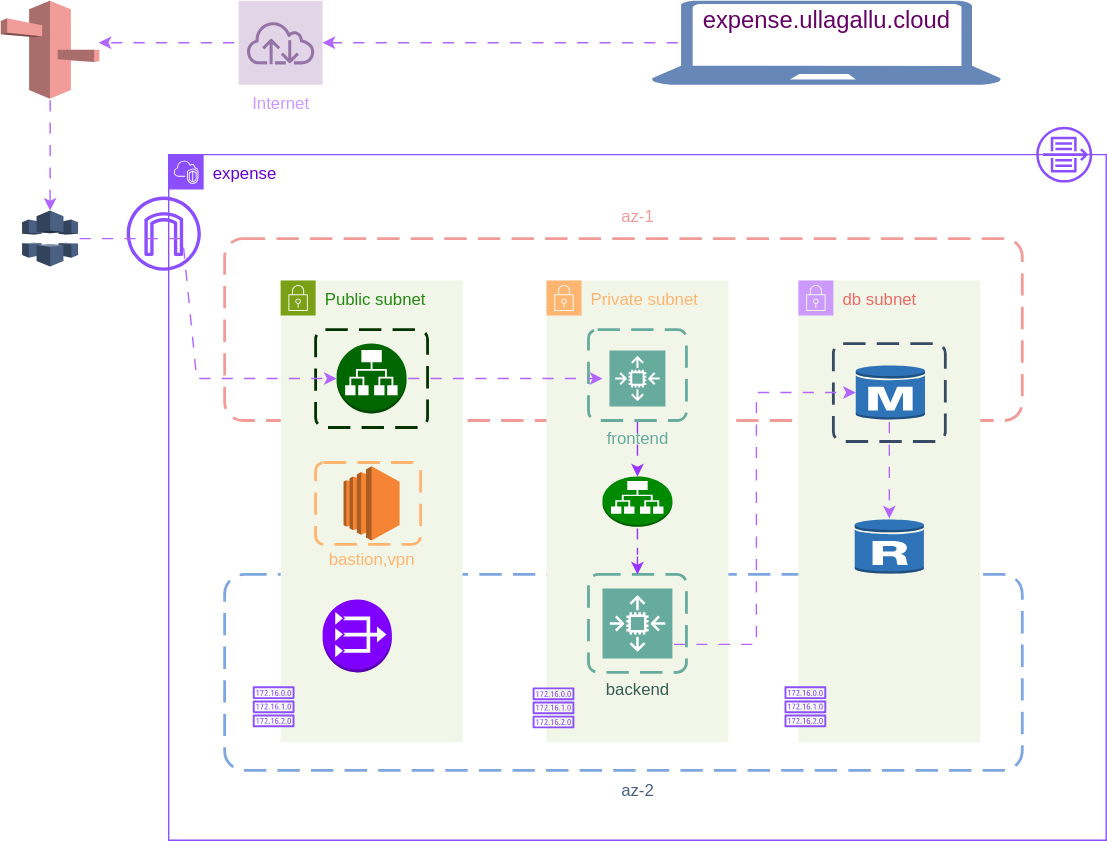
This is Flow-Diagram.drawio.svg from ullagallu123/expense-infra, a draw.io export, as it was before one commit. Source tidied: cells renumbered, new cells last; positions are measured from the earlier drawing's top-left corner, leaving out a move shared by most shapes.
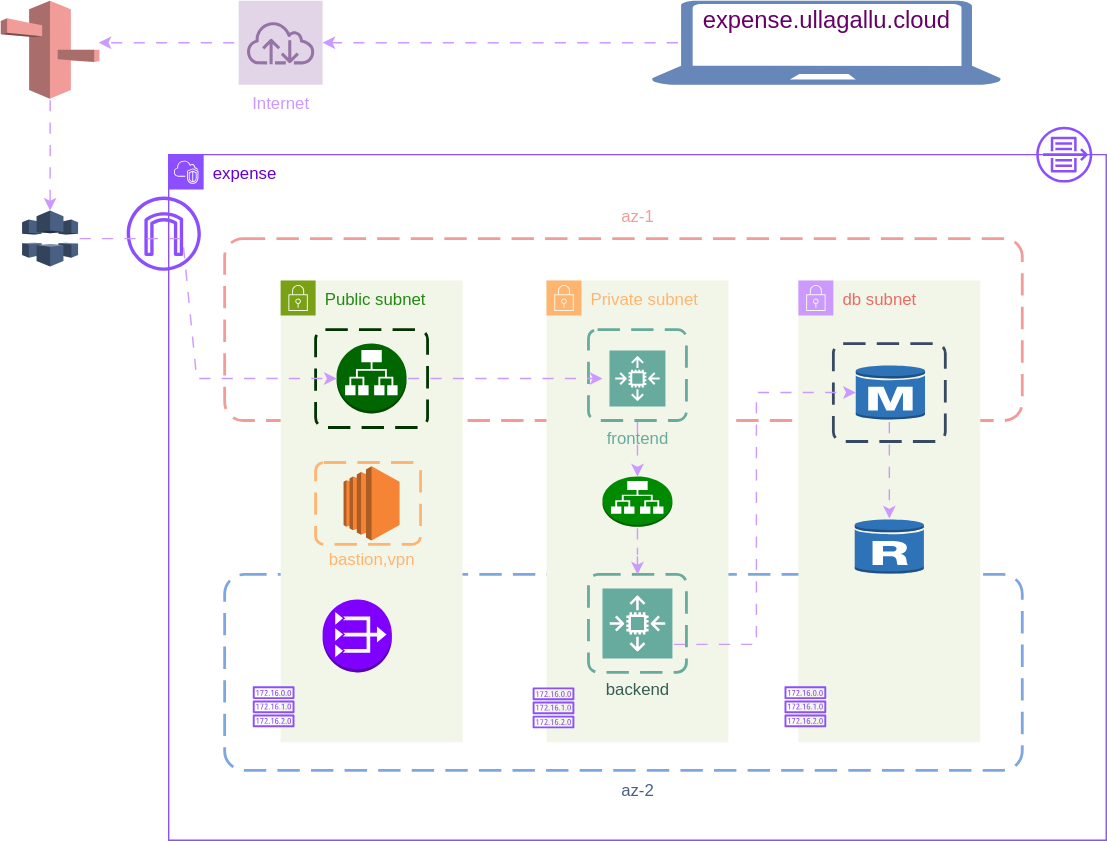
The same file after the commit.

What changed in the source:
```diff
@@ -44,7 +44,7 @@
     <mxCell id="15" style="outlineConnect=0;dashed=0;verticalLabelPosition=bottom;verticalAlign=top;align=center;html=1;shape=mxgraph.aws3.application_load_balancer;fillColor=#008a00;strokeColor=#005700;fontColor=#ffffff;" parent="10" vertex="1">
       <mxGeometry x="40" y="140" width="50" height="36" as="geometry" />
     </mxCell>
-    <mxCell id="16" style="endArrow=classic;html=1;rounded=0;exitX=0.5;exitY=1;exitDx=0;exitDy=0;flowAnimation=1;strokeColor=#9933FF;" parent="10" edge="1" source="14" target="15">
+    <mxCell id="16" style="endArrow=classic;html=1;rounded=0;exitX=0.5;exitY=1;exitDx=0;exitDy=0;flowAnimation=1;strokeColor=#CC99FF;" parent="10" edge="1" source="14" target="15">
       <mxGeometry relative="1" as="geometry" />
     </mxCell>
     <mxCell id="17" style="sketch=0;fontColor=#232F3E;gradientColor=none;fillColor=#8C4FFF;strokeColor=none;dashed=0;verticalLabelPosition=bottom;verticalAlign=top;align=center;html=1;fontSize=12;fontStyle=0;shape=mxgraph.aws4.route_table;" parent="10" vertex="1">
@@ -62,7 +62,7 @@
     <mxCell id="21" style="rounded=1;arcSize=10;dashed=1;strokeColor=#384A63;fillColor=none;gradientColor=none;dashPattern=8 4;strokeWidth=2;" parent="18" vertex="1">
       <mxGeometry x="25" y="45" width="80" height="70" as="geometry" />
     </mxCell>
-    <mxCell id="22" style="endArrow=classic;html=1;rounded=0;entryX=0;entryY=0.5;entryDx=0;entryDy=0;entryPerimeter=0;flowAnimation=1;strokeColor=#B266FF;" parent="2" edge="1" target="19">
+    <mxCell id="22" style="endArrow=classic;html=1;rounded=0;entryX=0;entryY=0.5;entryDx=0;entryDy=0;entryPerimeter=0;flowAnimation=1;strokeColor=#CC99FF;" parent="2" edge="1" target="19">
       <mxGeometry relative="1" as="geometry">
         <mxPoint x="360" y="350" as="sourcePoint" />
         <Array as="points">
@@ -71,7 +71,7 @@
         </Array>
       </mxGeometry>
     </mxCell>
-    <mxCell id="23" style="endArrow=classic;html=1;rounded=0;entryX=0.5;entryY=0.02;entryDx=0;entryDy=0;entryPerimeter=0;strokeColor=#B266FF;flowAnimation=1;" parent="2" edge="1" target="20">
+    <mxCell id="23" style="endArrow=classic;html=1;rounded=0;entryX=0.5;entryY=0.02;entryDx=0;entryDy=0;entryPerimeter=0;strokeColor=#CC99FF;flowAnimation=1;" parent="2" edge="1" target="20">
       <mxGeometry relative="1" as="geometry">
         <mxPoint x="515" y="190" as="sourcePoint" />
         <Array as="points">
@@ -79,7 +79,7 @@
         </Array>
       </mxGeometry>
     </mxCell>
-    <mxCell id="24" style="endArrow=classic;html=1;rounded=0;exitX=1;exitY=0.5;exitDx=0;exitDy=0;exitPerimeter=0;strokeColor=#B266FF;flowAnimation=1;" parent="2" edge="1">
+    <mxCell id="24" style="endArrow=classic;html=1;rounded=0;exitX=1;exitY=0.5;exitDx=0;exitDy=0;exitPerimeter=0;strokeColor=#CC99FF;flowAnimation=1;" parent="2" edge="1">
       <mxGeometry relative="1" as="geometry">
         <mxPoint x="170" y="160" as="sourcePoint" />
         <mxPoint x="310" y="160" as="targetPoint" />
@@ -106,7 +106,7 @@
     <mxCell id="30" style="sketch=0;fontColor=#232F3E;gradientColor=none;fillColor=#8C4FFF;strokeColor=none;dashed=0;verticalLabelPosition=bottom;verticalAlign=top;align=center;html=1;fontSize=12;fontStyle=0;shape=mxgraph.aws4.flow_logs;" parent="2" vertex="1">
       <mxGeometry x="620" y="-20" width="40" height="40" as="geometry" />
     </mxCell>
-    <mxCell id="31" style="edgeStyle=orthogonalEdgeStyle;rounded=0;jettySize=auto;html=1;flowAnimation=1;strokeColor=#9933FF;" parent="2" edge="1" source="15" target="28">
+    <mxCell id="31" style="edgeStyle=orthogonalEdgeStyle;rounded=0;jettySize=auto;html=1;flowAnimation=1;strokeColor=#CC99FF;" parent="2" edge="1" source="15" target="28">
       <mxGeometry relative="1" as="geometry" />
     </mxCell>
     <mxCell id="32" style="sketch=0;fontColor=#232F3E;gradientColor=none;fillColor=#8C4FFF;strokeColor=none;dashed=0;verticalLabelPosition=bottom;verticalAlign=top;align=center;html=1;fontSize=12;fontStyle=0;shape=mxgraph.aws4.route_table;" parent="2" vertex="1">
@@ -121,7 +121,7 @@
     <mxCell id="35" style="outlineConnect=0;dashed=0;verticalLabelPosition=bottom;verticalAlign=top;align=center;html=1;shape=mxgraph.aws3.cloudfront;fillColor=#496082;gradientColor=none;" parent="1" vertex="1">
       <mxGeometry x="15.2" y="150" width="40" height="40" as="geometry" />
     </mxCell>
-    <mxCell id="36" style="endArrow=classic;html=1;rounded=0;entryX=0;entryY=0.5;entryDx=0;entryDy=0;entryPerimeter=0;exitX=1;exitY=0.5;exitDx=0;exitDy=0;exitPerimeter=0;strokeColor=#B266FF;flowAnimation=1;" parent="1" edge="1" source="35" target="6">
+    <mxCell id="36" style="endArrow=classic;html=1;rounded=0;entryX=0;entryY=0.5;entryDx=0;entryDy=0;entryPerimeter=0;exitX=1;exitY=0.5;exitDx=0;exitDy=0;exitPerimeter=0;strokeColor=#CC99FF;flowAnimation=1;" parent="1" edge="1" source="35" target="6">
       <mxGeometry relative="1" as="geometry">
         <Array as="points">
           <mxPoint x="130" y="170" />
@@ -138,13 +138,13 @@
     <mxCell id="39" style="verticalLabelPosition=bottom;html=1;verticalAlign=top;align=center;strokeColor=none;fillColor=#6787B8;shape=mxgraph.azure.laptop;" parent="1" vertex="1">
       <mxGeometry x="465" width="250" height="60" as="geometry" />
     </mxCell>
-    <mxCell id="40" style="endArrow=classic;html=1;rounded=0;exitX=0.08;exitY=0.5;exitDx=0;exitDy=0;exitPerimeter=0;flowAnimation=1;fillColor=#e1d5e7;strokeColor=#B266FF;" parent="1" edge="1">
+    <mxCell id="40" style="endArrow=classic;html=1;rounded=0;exitX=0.08;exitY=0.5;exitDx=0;exitDy=0;exitPerimeter=0;flowAnimation=1;fillColor=#e1d5e7;strokeColor=#CC99FF;" parent="1" edge="1">
       <mxGeometry relative="1" as="geometry">
         <mxPoint x="184" y="30" as="sourcePoint" />
         <mxPoint x="70" y="30" as="targetPoint" />
       </mxGeometry>
     </mxCell>
-    <mxCell id="41" style="endArrow=classic;html=1;rounded=0;exitX=0.08;exitY=0.5;exitDx=0;exitDy=0;exitPerimeter=0;flowAnimation=1;fillColor=#f8cecc;strokeColor=#B266FF;" parent="1" edge="1" source="39">
+    <mxCell id="41" style="endArrow=classic;html=1;rounded=0;exitX=0.08;exitY=0.5;exitDx=0;exitDy=0;exitPerimeter=0;flowAnimation=1;fillColor=#f8cecc;strokeColor=#CC99FF;" parent="1" edge="1" source="39">
       <mxGeometry relative="1" as="geometry">
         <mxPoint x="230" y="30" as="targetPoint" />
       </mxGeometry>
@@ -152,7 +152,7 @@
     <mxCell id="42" value="&lt;font color=&quot;#cc99ff&quot;&gt;Internet&lt;/font&gt;" style="sketch=0;strokeColor=#9673a6;fillColor=#e1d5e7;dashed=0;verticalLabelPosition=bottom;verticalAlign=top;align=center;html=1;fontSize=12;fontStyle=0;shape=mxgraph.aws4.resourceIcon;resIcon=mxgraph.aws4.internet;" parent="1" vertex="1">
       <mxGeometry x="170" width="60" height="60" as="geometry" />
     </mxCell>
-    <mxCell id="43" style="edgeStyle=orthogonalEdgeStyle;rounded=0;jettySize=auto;html=1;entryX=0.5;entryY=0;entryDx=0;entryDy=0;entryPerimeter=0;strokeColor=#B266FF;flowAnimation=1;" parent="1" edge="1" source="37" target="35">
+    <mxCell id="43" style="edgeStyle=orthogonalEdgeStyle;rounded=0;jettySize=auto;html=1;entryX=0.5;entryY=0;entryDx=0;entryDy=0;entryPerimeter=0;strokeColor=#CC99FF;flowAnimation=1;" parent="1" edge="1" source="37" target="35">
       <mxGeometry relative="1" as="geometry" />
     </mxCell>
   </root>
```
